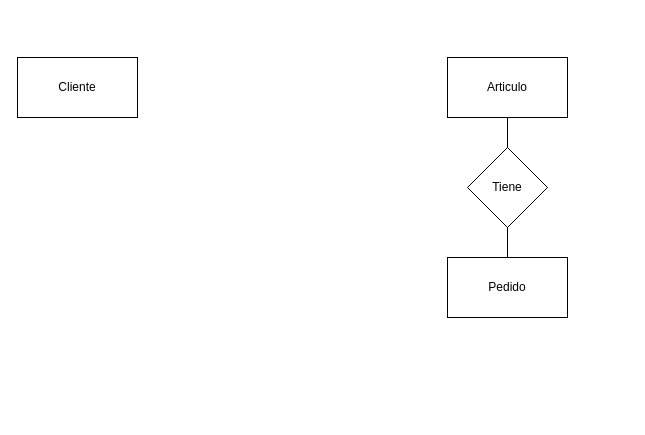
The draw.io diagram Diagrama.drawio in gastonjau/e-commerce, before the edit. Source tidied: cells renumbered, new cells numbered last; positions are measured from the earlier drawing's top-left corner, leaving out a move shared by most shapes. Both pictures are drawn from the tidied source at 100%, with x=0, y=0 at pixel (17, 57).
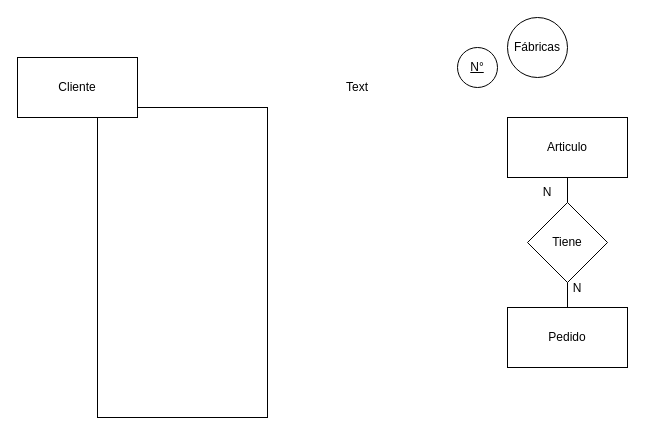
Above is the later version.

Change to the diagram source:
```diff
@@
 <mxGraphModel>
   <root>
     <mxCell id="0" />
     <mxCell id="1" parent="0" />
+    <mxCell id="8" style="rounded=0;whiteSpace=wrap;html=1;" parent="1" vertex="1">
+      <mxGeometry x="80" y="50" width="170" height="310" as="geometry" />
+    </mxCell>
     <mxCell id="2" value="Cliente" style="rounded=0;whiteSpace=wrap;html=1;" parent="1" vertex="1">
       <mxGeometry width="120" height="60" as="geometry" />
     </mxCell>
     <mxCell id="3" value="Articulo" style="rounded=0;whiteSpace=wrap;html=1;" parent="1" vertex="1">
-      <mxGeometry x="430" width="120" height="60" as="geometry" />
+      <mxGeometry x="490" y="60" width="120" height="60" as="geometry" />
     </mxCell>
     <mxCell id="4" value="Tiene" style="rhombus;whiteSpace=wrap;html=1;" parent="1" vertex="1">
-      <mxGeometry x="450" y="90" width="80" height="80" as="geometry" />
+      <mxGeometry x="510" y="145" width="80" height="80" as="geometry" />
     </mxCell>
     <mxCell id="5" style="endArrow=none;html=1;rounded=0;entryX=0.5;entryY=1;entryDx=0;entryDy=0;" parent="1" edge="1" source="4" target="3">
       <mxGeometry relative="1" as="geometry" />
     </mxCell>
     <mxCell id="6" value="Pedido" style="rounded=0;whiteSpace=wrap;html=1;" parent="1" vertex="1">
-      <mxGeometry x="430" y="200" width="120" height="60" as="geometry" />
+      <mxGeometry x="490" y="250" width="120" height="60" as="geometry" />
     </mxCell>
     <mxCell id="7" style="endArrow=none;html=1;rounded=0;entryX=0.5;entryY=1;entryDx=0;entryDy=0;exitX=0.5;exitY=0;exitDx=0;exitDy=0;" parent="1" edge="1" source="6" target="4">
       <mxGeometry relative="1" as="geometry" />
     </mxCell>
+    <mxCell id="9" value="N&lt;div&gt;&lt;br&gt;&lt;/div&gt;&lt;div&gt;&lt;br&gt;&lt;/div&gt;" style="text;html=1;align=center;verticalAlign=middle;whiteSpace=wrap;rounded=0;" parent="1" vertex="1">
+      <mxGeometry x="530" y="230" width="60" height="30" as="geometry" />
+    </mxCell>
+    <mxCell id="10" value="&lt;div&gt;&lt;span style=&quot;background-color: initial;&quot;&gt;N&lt;/span&gt;&lt;br&gt;&lt;/div&gt;" style="text;html=1;align=center;verticalAlign=middle;whiteSpace=wrap;rounded=0;" parent="1" vertex="1">
+      <mxGeometry x="500" y="120" width="60" height="30" as="geometry" />
+    </mxCell>
+    <mxCell id="11" value="Text" style="text;html=1;align=center;verticalAlign=middle;whiteSpace=wrap;rounded=0;" parent="1" vertex="1">
+      <mxGeometry x="310" y="15" width="60" height="30" as="geometry" />
+    </mxCell>
+    <mxCell id="12" value="&lt;u&gt;N°&lt;/u&gt;" style="ellipse;whiteSpace=wrap;html=1;" parent="1" vertex="1">
+      <mxGeometry x="440" y="-10" width="40" height="40" as="geometry" />
+    </mxCell>
+    <mxCell id="13" value="Fábricas" style="ellipse;whiteSpace=wrap;html=1;" parent="1" vertex="1">
+      <mxGeometry x="490" y="-40" width="60" height="60" as="geometry" />
+    </mxCell>
   </root>
 </mxGraphModel>
```
